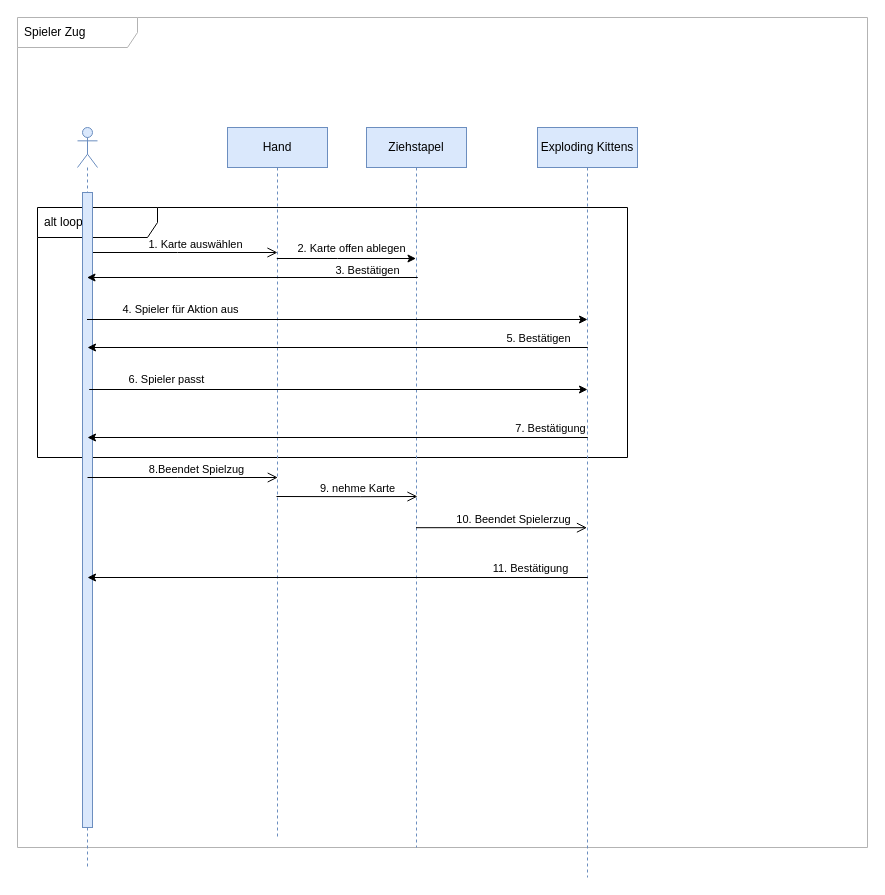
Before: sequence_diagram/diagram/workspace/sequence.drawio in anuerk/se_exploding_kittens, a draw.io diagram. Source tidied: cells renumbered, new cells numbered last; positions are measured from the earlier drawing's top-left corner, leaving out a move shared by most shapes. Both pictures are drawn from the tidied source at 100%, with x=0, y=0 at pixel (17, 17).
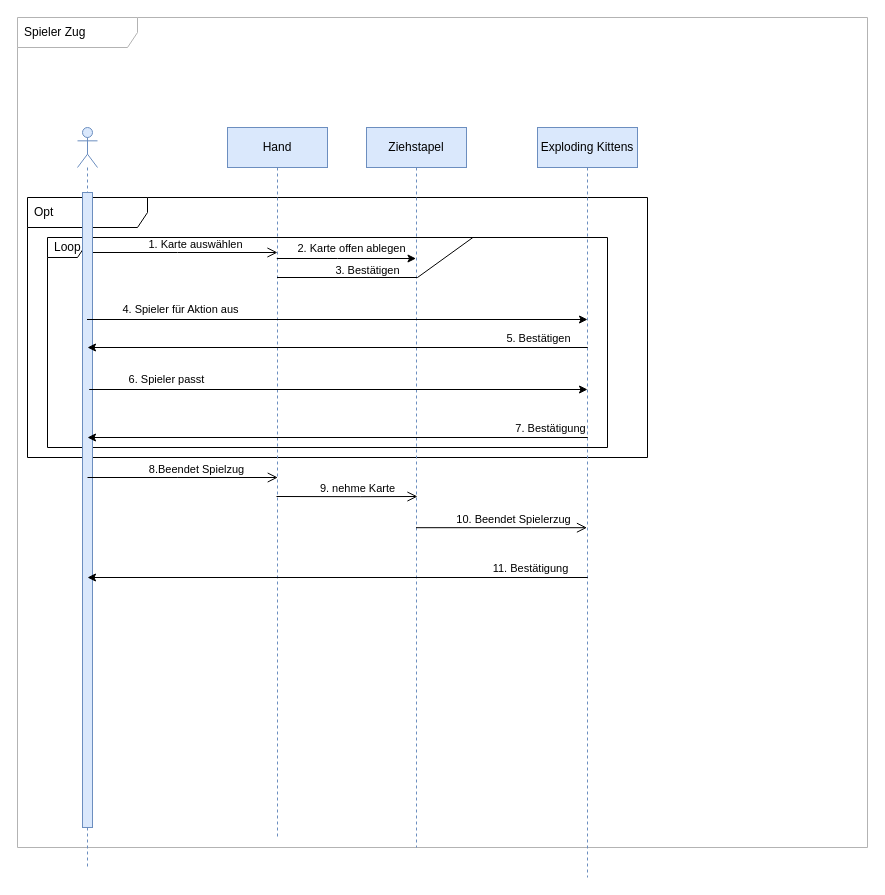
Above is the later version.

The change refers to these unchanged cells:
```xml
<mxCell id="6" value="Hand" style="shape=umlLifeline;perimeter=lifelinePerimeter;whiteSpace=wrap;html=1;outlineConnect=0;rounded=0;labelBackgroundColor=none;fillColor=#dae8fc;strokeColor=#6c8ebf;" parent="1" vertex="1">
  <mxGeometry x="210" y="110" width="100" height="710" as="geometry" />
</mxCell>
<mxCell id="16" style="shape=umlLifeline;participant=umlActor;perimeter=lifelinePerimeter;whiteSpace=wrap;html=1;verticalAlign=top;spacingTop=36;outlineConnect=0;rounded=0;labelBackgroundColor=none;strokeColor=#6c8ebf;fillColor=#dae8fc;" parent="1" vertex="1">
  <mxGeometry x="60" y="110" width="20" height="740" as="geometry" />
</mxCell>
```

The edit, as a diff of the source:
```diff
@@
+    <mxCell id="31" value="Loop" style="shape=umlFrame;whiteSpace=wrap;html=1;width=40;height=20;boundedLbl=1;verticalAlign=middle;align=left;spacingLeft=5;rounded=0;labelBackgroundColor=none;strokeColor=default;fillColor=none;gradientColor=none;" parent="1" vertex="1">
+      <mxGeometry x="30" y="220" width="560" height="210" as="geometry" />
+    </mxCell>
@@
-    <mxCell id="3" value="alt loop" style="shape=umlFrame;whiteSpace=wrap;html=1;width=120;height=30;boundedLbl=1;verticalAlign=middle;align=left;spacingLeft=5;rounded=0;labelBackgroundColor=none;strokeColor=default;fillColor=none;gradientColor=none;" parent="1" vertex="1">
-      <mxGeometry x="20" y="190" width="590" height="250" as="geometry" />
+    <mxCell id="3" value="Opt" style="shape=umlFrame;whiteSpace=wrap;html=1;width=120;height=30;boundedLbl=1;verticalAlign=middle;align=left;spacingLeft=5;rounded=0;labelBackgroundColor=none;strokeColor=default;fillColor=none;gradientColor=none;" parent="1" vertex="1">
+      <mxGeometry x="10" y="180" width="620" height="260" as="geometry" />
     </mxCell>
@@
-    <mxCell id="18" style="endArrow=classic;rounded=0;" parent="1" edge="1" source="6" target="16">
-      <mxGeometry relative="1" as="geometry">
-        <Array as="points">
-          <mxPoint x="400" y="260" />
-        </Array>
-      </mxGeometry>
-    </mxCell>
@@
+    <mxCell id="32" style="endArrow=none;rounded=0;" parent="1" edge="1" source="6" target="31">
+      <mxGeometry relative="1" as="geometry">
+        <Array as="points">
+          <mxPoint x="400" y="260" />
+        </Array>
+      </mxGeometry>
+    </mxCell>
```
